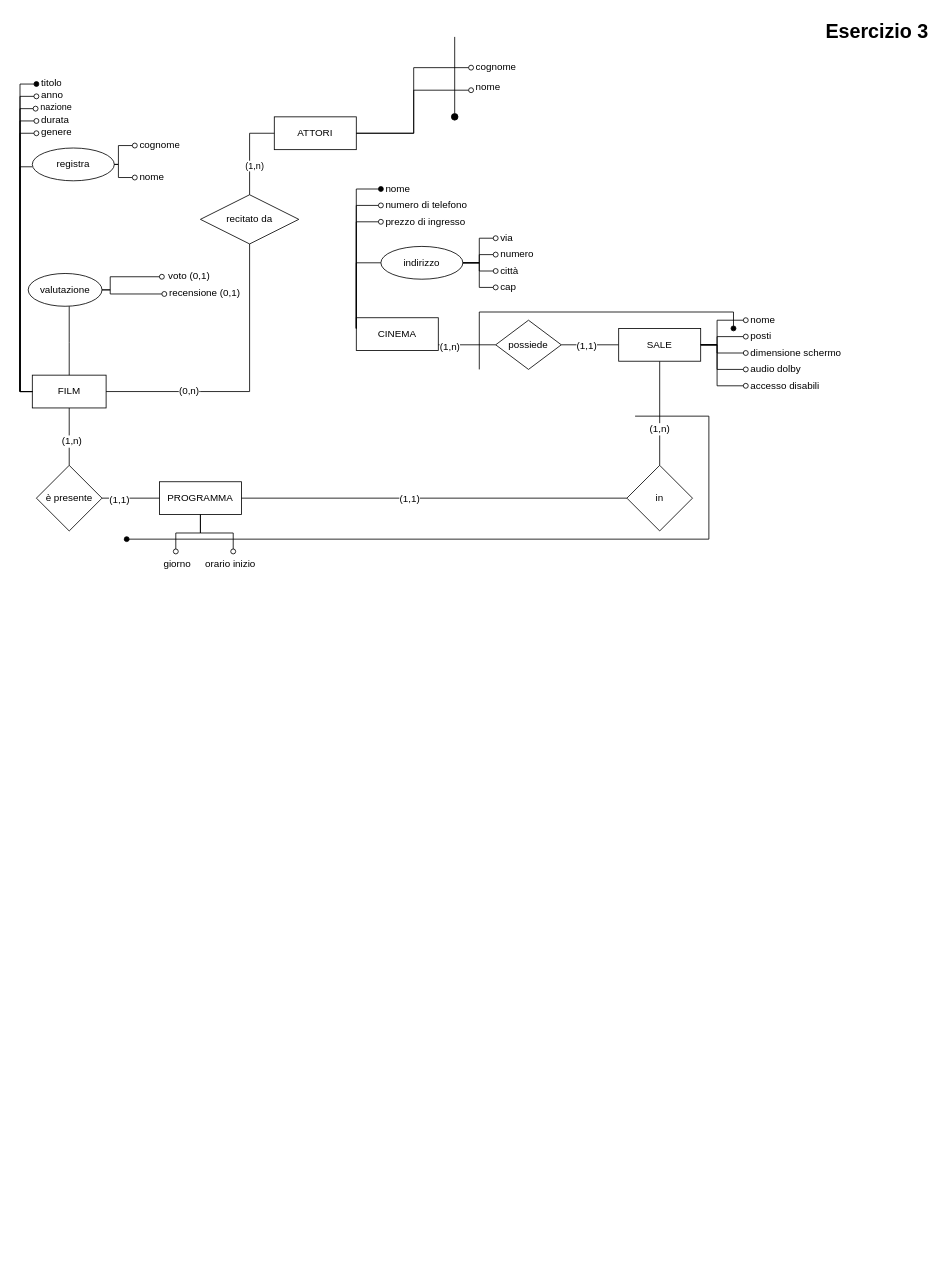
RaphyJake/Basi-di-dati keeps this draw.io diagram as page "Page-3" (3 of 5) of esercizio_cinema/Esercizio-Cinema.drawio. Above is the earlier version. Source tidied: cells renumbered, new cells numbered last; positions are measured from the earlier drawing's top-left corner, leaving out a move shared by most shapes. Both pictures are drawn from the tidied source at 82%, with x=0, y=0 at pixel (20, 14).
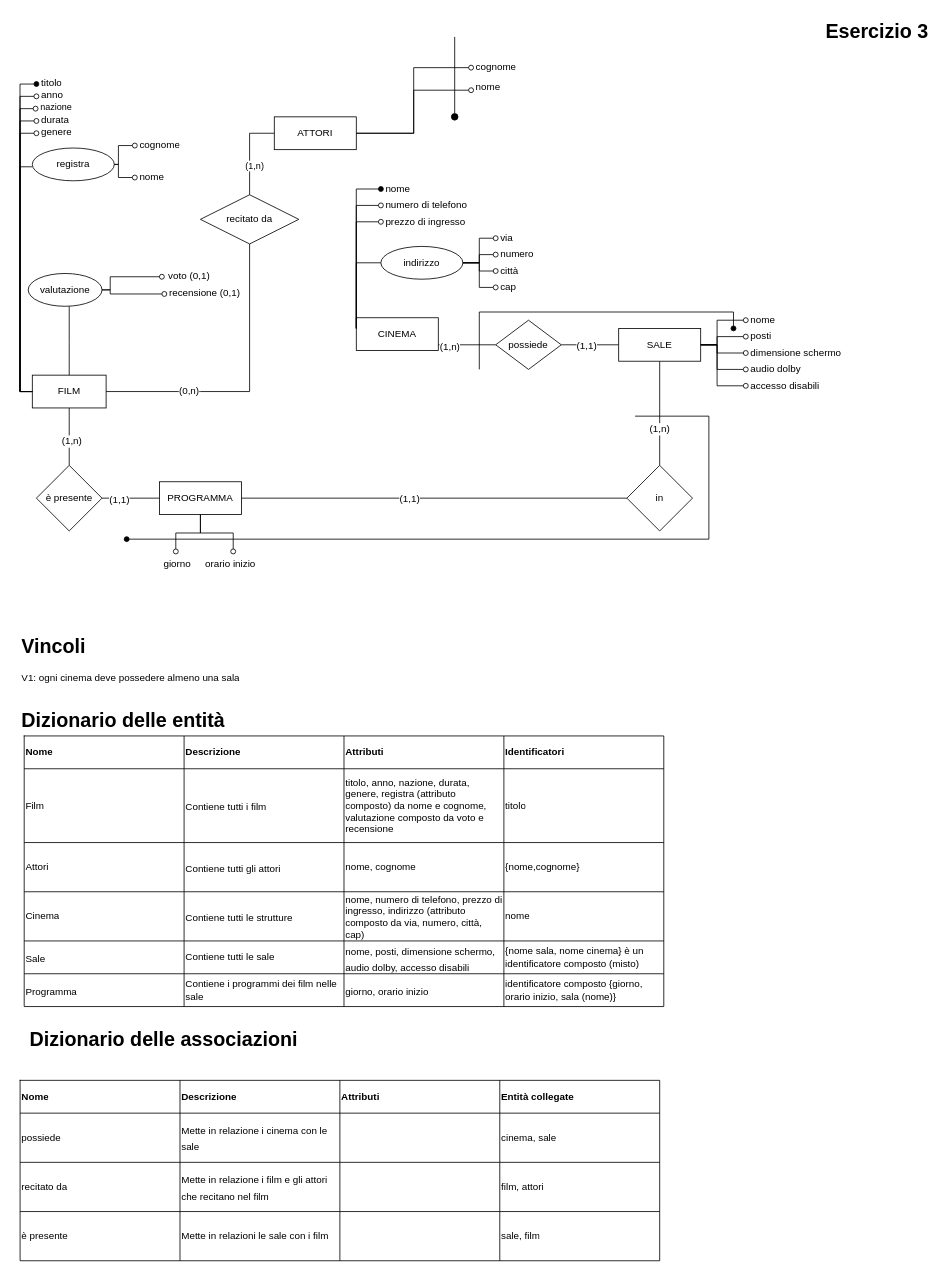
After the change.

What changed in the source:
```diff
@@
+    <mxCell id="88" value="&lt;h1 style=&quot;margin-top: 0px;&quot;&gt;Dizionario delle entità&lt;/h1&gt;" style="text;html=1;whiteSpace=wrap;overflow=hidden;rounded=0;" parent="1" vertex="1">
+      <mxGeometry y="840" width="520" height="40" as="geometry" />
+    </mxCell>
+    <mxCell id="89" style="shape=table;startSize=0;childLayout=tableLayout;fontSize=16;" parent="1" vertex="1">
+      <mxGeometry x="5" y="880" width="780" height="330" as="geometry" />
+    </mxCell>
+    <mxCell id="90" style="shape=tableRow;horizontal=0;startSize=0;swimlaneHead=0;swimlaneBody=0;strokeColor=inherit;top=0;left=0;bottom=0;right=0;fillColor=none;fontSize=16;" parent="89" vertex="1">
+      <mxGeometry width="780" height="40" as="geometry" />
+    </mxCell>
+    <mxCell id="91" value="Nome" style="shape=partialRectangle;html=1;whiteSpace=wrap;strokeColor=inherit;overflow=hidden;fillColor=none;top=0;left=0;bottom=0;right=0;fontSize=12;align=left;fontStyle=1;" parent="90" vertex="1">
+      <mxGeometry width="195" height="40" as="geometry" />
+    </mxCell>
+    <mxCell id="92" value="&lt;b&gt;Descrizione&lt;/b&gt;" style="shape=partialRectangle;html=1;whiteSpace=wrap;strokeColor=inherit;overflow=hidden;fillColor=none;top=0;left=0;bottom=0;right=0;fontSize=12;align=left;" parent="90" vertex="1">
+      <mxGeometry x="195" width="195" height="40" as="geometry" />
+    </mxCell>
+    <mxCell id="93" value="Attributi" style="shape=partialRectangle;html=1;whiteSpace=wrap;strokeColor=inherit;overflow=hidden;fillColor=none;top=0;left=0;bottom=0;right=0;fontSize=12;fontStyle=1;align=left;" parent="90" vertex="1">
+      <mxGeometry x="390" width="195" height="40" as="geometry" />
+    </mxCell>
+    <mxCell id="94" value="Identificatori" style="shape=partialRectangle;html=1;whiteSpace=wrap;strokeColor=inherit;overflow=hidden;fillColor=none;top=0;left=0;bottom=0;right=0;fontSize=12;fontStyle=1;align=left;" parent="90" vertex="1">
+      <mxGeometry x="585" width="195" height="40" as="geometry" />
+    </mxCell>
+    <mxCell id="95" style="shape=tableRow;horizontal=0;startSize=0;swimlaneHead=0;swimlaneBody=0;strokeColor=inherit;top=0;left=0;bottom=0;right=0;fillColor=none;fontSize=16;" parent="89" vertex="1">
+      <mxGeometry y="40" width="780" height="90" as="geometry" />
+    </mxCell>
+    <mxCell id="96" value="Film" style="shape=partialRectangle;html=1;whiteSpace=wrap;strokeColor=inherit;overflow=hidden;fillColor=none;top=0;left=0;bottom=0;right=0;fontSize=12;align=left;" parent="95" vertex="1">
+      <mxGeometry width="195" height="90" as="geometry" />
+    </mxCell>
+    <mxCell id="97" value="&lt;span style=&quot;font-size: 12px;&quot;&gt;Contiene tutti i film&lt;/span&gt;" style="shape=partialRectangle;html=1;whiteSpace=wrap;strokeColor=inherit;overflow=hidden;fillColor=none;top=0;left=0;bottom=0;right=0;fontSize=16;align=left;" parent="95" vertex="1">
+      <mxGeometry x="195" width="195" height="90" as="geometry" />
+    </mxCell>
+    <mxCell id="98" value="titolo, anno, nazione, durata, genere, registra (attributo composto) da nome e cognome, valutazione composto da voto e recensione" style="shape=partialRectangle;html=1;whiteSpace=wrap;strokeColor=inherit;overflow=hidden;fillColor=none;top=0;left=0;bottom=0;right=0;fontSize=12;align=left;" parent="95" vertex="1">
+      <mxGeometry x="390" width="195" height="90" as="geometry" />
+    </mxCell>
+    <mxCell id="99" value="titolo" style="shape=partialRectangle;html=1;whiteSpace=wrap;strokeColor=inherit;overflow=hidden;fillColor=none;top=0;left=0;bottom=0;right=0;fontSize=12;align=left;" parent="95" vertex="1">
+      <mxGeometry x="585" width="195" height="90" as="geometry" />
+    </mxCell>
+    <mxCell id="100" style="shape=tableRow;horizontal=0;startSize=0;swimlaneHead=0;swimlaneBody=0;strokeColor=inherit;top=0;left=0;bottom=0;right=0;fillColor=none;fontSize=16;" parent="89" vertex="1">
+      <mxGeometry y="130" width="780" height="60" as="geometry" />
+    </mxCell>
+    <mxCell id="101" value="Attori" style="shape=partialRectangle;html=1;whiteSpace=wrap;strokeColor=inherit;overflow=hidden;fillColor=none;top=0;left=0;bottom=0;right=0;fontSize=12;align=left;" parent="100" vertex="1">
+      <mxGeometry width="195" height="60" as="geometry" />
+    </mxCell>
+    <mxCell id="102" value="&lt;span style=&quot;font-size: 12px;&quot;&gt;Contiene tutti gli attori&lt;/span&gt;" style="shape=partialRectangle;html=1;whiteSpace=wrap;strokeColor=inherit;overflow=hidden;fillColor=none;top=0;left=0;bottom=0;right=0;fontSize=16;align=left;" parent="100" vertex="1">
+      <mxGeometry x="195" width="195" height="60" as="geometry" />
+    </mxCell>
+    <mxCell id="103" value="nome, cognome" style="shape=partialRectangle;html=1;whiteSpace=wrap;strokeColor=inherit;overflow=hidden;fillColor=none;top=0;left=0;bottom=0;right=0;fontSize=12;align=left;" parent="100" vertex="1">
+      <mxGeometry x="390" width="195" height="60" as="geometry" />
+    </mxCell>
+    <mxCell id="104" value="{nome,cognome}" style="shape=partialRectangle;html=1;whiteSpace=wrap;strokeColor=inherit;overflow=hidden;fillColor=none;top=0;left=0;bottom=0;right=0;fontSize=12;align=left;" parent="100" vertex="1">
+      <mxGeometry x="585" width="195" height="60" as="geometry" />
+    </mxCell>
+    <mxCell id="105" style="shape=tableRow;horizontal=0;startSize=0;swimlaneHead=0;swimlaneBody=0;strokeColor=inherit;top=0;left=0;bottom=0;right=0;fillColor=none;fontSize=16;" parent="89" vertex="1">
+      <mxGeometry y="190" width="780" height="60" as="geometry" />
+    </mxCell>
+    <mxCell id="106" value="Cinema" style="shape=partialRectangle;html=1;whiteSpace=wrap;strokeColor=inherit;overflow=hidden;fillColor=none;top=0;left=0;bottom=0;right=0;fontSize=12;align=left;" parent="105" vertex="1">
+      <mxGeometry width="195" height="60" as="geometry" />
+    </mxCell>
+    <mxCell id="107" value="&lt;font style=&quot;font-size: 12px;&quot;&gt;Contiene tutti le strutture&lt;/font&gt;" style="shape=partialRectangle;html=1;whiteSpace=wrap;strokeColor=inherit;overflow=hidden;fillColor=none;top=0;left=0;bottom=0;right=0;fontSize=16;align=left;" parent="105" vertex="1">
+      <mxGeometry x="195" width="195" height="60" as="geometry" />
+    </mxCell>
+    <mxCell id="108" value="nome, numero di telefono, prezzo di ingresso, indirizzo (attributo composto da via, numero, città, cap)" style="shape=partialRectangle;html=1;whiteSpace=wrap;strokeColor=inherit;overflow=hidden;fillColor=none;top=0;left=0;bottom=0;right=0;fontSize=12;align=left;" parent="105" vertex="1">
+      <mxGeometry x="390" width="195" height="60" as="geometry" />
+    </mxCell>
+    <mxCell id="109" value="nome" style="shape=partialRectangle;html=1;whiteSpace=wrap;strokeColor=inherit;overflow=hidden;fillColor=none;top=0;left=0;bottom=0;right=0;fontSize=12;align=left;" parent="105" vertex="1">
+      <mxGeometry x="585" width="195" height="60" as="geometry" />
+    </mxCell>
+    <mxCell id="110" style="shape=tableRow;horizontal=0;startSize=0;swimlaneHead=0;swimlaneBody=0;strokeColor=inherit;top=0;left=0;bottom=0;right=0;fillColor=none;fontSize=16;" parent="89" vertex="1">
+      <mxGeometry y="250" width="780" height="40" as="geometry" />
+    </mxCell>
+    <mxCell id="111" value="&lt;font style=&quot;font-size: 12px;&quot;&gt;Sale&lt;/font&gt;" style="shape=partialRectangle;html=1;whiteSpace=wrap;strokeColor=inherit;overflow=hidden;fillColor=none;top=0;left=0;bottom=0;right=0;fontSize=16;align=left;" parent="110" vertex="1">
+      <mxGeometry width="195" height="40" as="geometry" />
+    </mxCell>
+    <mxCell id="112" value="Contiene tutti le sale" style="shape=partialRectangle;html=1;whiteSpace=wrap;strokeColor=inherit;overflow=hidden;fillColor=none;top=0;left=0;bottom=0;right=0;fontSize=12;align=left;" parent="110" vertex="1">
+      <mxGeometry x="195" width="195" height="40" as="geometry" />
+    </mxCell>
+    <mxCell id="113" value="&lt;font style=&quot;font-size: 12px;&quot;&gt;nome, posti, dimensione schermo, audio dolby, accesso disabili&lt;/font&gt;" style="shape=partialRectangle;html=1;whiteSpace=wrap;strokeColor=inherit;overflow=hidden;fillColor=none;top=0;left=0;bottom=0;right=0;fontSize=16;align=left;" parent="110" vertex="1">
+      <mxGeometry x="390" width="195" height="40" as="geometry" />
+    </mxCell>
+    <mxCell id="114" value="{nome sala, nome cinema} è un identificatore composto (misto)" style="shape=partialRectangle;html=1;whiteSpace=wrap;strokeColor=inherit;overflow=hidden;fillColor=none;top=0;left=0;bottom=0;right=0;fontSize=12;align=left;" parent="110" vertex="1">
+      <mxGeometry x="585" width="195" height="40" as="geometry" />
+    </mxCell>
+    <mxCell id="115" style="shape=tableRow;horizontal=0;startSize=0;swimlaneHead=0;swimlaneBody=0;strokeColor=inherit;top=0;left=0;bottom=0;right=0;fillColor=none;fontSize=16;" parent="89" vertex="1">
+      <mxGeometry y="290" width="780" height="40" as="geometry" />
+    </mxCell>
+    <mxCell id="116" value="&lt;font style=&quot;font-size: 12px;&quot;&gt;Programma&lt;/font&gt;" style="shape=partialRectangle;html=1;whiteSpace=wrap;strokeColor=inherit;overflow=hidden;fillColor=none;top=0;left=0;bottom=0;right=0;fontSize=16;align=left;" parent="115" vertex="1">
+      <mxGeometry width="195" height="40" as="geometry" />
+    </mxCell>
+    <mxCell id="117" value="Contiene i programmi dei film nelle sale" style="shape=partialRectangle;html=1;whiteSpace=wrap;strokeColor=inherit;overflow=hidden;fillColor=none;top=0;left=0;bottom=0;right=0;fontSize=12;align=left;" parent="115" vertex="1">
+      <mxGeometry x="195" width="195" height="40" as="geometry" />
+    </mxCell>
+    <mxCell id="118" value="&lt;font style=&quot;font-size: 12px;&quot;&gt;giorno, orario inizio&lt;/font&gt;" style="shape=partialRectangle;html=1;whiteSpace=wrap;strokeColor=inherit;overflow=hidden;fillColor=none;top=0;left=0;bottom=0;right=0;fontSize=16;align=left;" parent="115" vertex="1">
+      <mxGeometry x="390" width="195" height="40" as="geometry" />
+    </mxCell>
+    <mxCell id="119" value="identificatore composto {giorno, orario inizio, sala (nome)}" style="shape=partialRectangle;html=1;whiteSpace=wrap;strokeColor=inherit;overflow=hidden;fillColor=none;top=0;left=0;bottom=0;right=0;fontSize=12;align=left;" parent="115" vertex="1">
+      <mxGeometry x="585" width="195" height="40" as="geometry" />
+    </mxCell>
+    <mxCell id="120" value="&lt;h1 style=&quot;margin-top: 0px;&quot;&gt;Dizionario delle associazioni&lt;/h1&gt;" style="text;html=1;whiteSpace=wrap;overflow=hidden;rounded=0;" parent="1" vertex="1">
+      <mxGeometry x="9.9" y="1230" width="520" height="40" as="geometry" />
+    </mxCell>
+    <mxCell id="121" style="shape=table;startSize=0;childLayout=tableLayout;fontSize=16;" parent="1" vertex="1">
+      <mxGeometry y="1300" width="780" height="220" as="geometry" />
+    </mxCell>
+    <mxCell id="122" style="shape=tableRow;horizontal=0;startSize=0;swimlaneHead=0;swimlaneBody=0;strokeColor=inherit;top=0;left=0;bottom=0;right=0;fillColor=none;fontSize=16;" parent="121" vertex="1">
+      <mxGeometry width="780" height="40" as="geometry" />
+    </mxCell>
+    <mxCell id="123" value="Nome" style="shape=partialRectangle;html=1;whiteSpace=wrap;strokeColor=inherit;overflow=hidden;fillColor=none;top=0;left=0;bottom=0;right=0;fontSize=12;align=left;fontStyle=1;" parent="122" vertex="1">
+      <mxGeometry width="195" height="40" as="geometry" />
+    </mxCell>
+    <mxCell id="124" value="&lt;b&gt;Descrizione&lt;/b&gt;" style="shape=partialRectangle;html=1;whiteSpace=wrap;strokeColor=inherit;overflow=hidden;fillColor=none;top=0;left=0;bottom=0;right=0;fontSize=12;align=left;" parent="122" vertex="1">
+      <mxGeometry x="195" width="195" height="40" as="geometry" />
+    </mxCell>
+    <mxCell id="125" value="Attributi" style="shape=partialRectangle;html=1;whiteSpace=wrap;strokeColor=inherit;overflow=hidden;fillColor=none;top=0;left=0;bottom=0;right=0;fontSize=12;fontStyle=1;align=left;" parent="122" vertex="1">
+      <mxGeometry x="390" width="195" height="40" as="geometry" />
+    </mxCell>
+    <mxCell id="126" value="Entità collegate" style="shape=partialRectangle;html=1;whiteSpace=wrap;strokeColor=inherit;overflow=hidden;fillColor=none;top=0;left=0;bottom=0;right=0;fontSize=12;fontStyle=1;align=left;" parent="122" vertex="1">
+      <mxGeometry x="585" width="195" height="40" as="geometry" />
+    </mxCell>
+    <mxCell id="127" style="shape=tableRow;horizontal=0;startSize=0;swimlaneHead=0;swimlaneBody=0;strokeColor=inherit;top=0;left=0;bottom=0;right=0;fillColor=none;fontSize=16;" parent="121" vertex="1">
+      <mxGeometry y="40" width="780" height="60" as="geometry" />
+    </mxCell>
+    <mxCell id="128" value="possiede" style="shape=partialRectangle;html=1;whiteSpace=wrap;strokeColor=inherit;overflow=hidden;fillColor=none;top=0;left=0;bottom=0;right=0;fontSize=12;align=left;" parent="127" vertex="1">
+      <mxGeometry width="195" height="60" as="geometry" />
+    </mxCell>
+    <mxCell id="129" value="&lt;span style=&quot;font-size: 12px;&quot;&gt;Mette in relazione i cinema con le sale&lt;/span&gt;" style="shape=partialRectangle;html=1;whiteSpace=wrap;strokeColor=inherit;overflow=hidden;fillColor=none;top=0;left=0;bottom=0;right=0;fontSize=16;align=left;" parent="127" vertex="1">
+      <mxGeometry x="195" width="195" height="60" as="geometry" />
+    </mxCell>
+    <mxCell id="130" style="shape=partialRectangle;html=1;whiteSpace=wrap;strokeColor=inherit;overflow=hidden;fillColor=none;top=0;left=0;bottom=0;right=0;fontSize=12;align=left;" parent="127" vertex="1">
+      <mxGeometry x="390" width="195" height="60" as="geometry" />
+    </mxCell>
+    <mxCell id="131" value="cinema, sale" style="shape=partialRectangle;html=1;whiteSpace=wrap;strokeColor=inherit;overflow=hidden;fillColor=none;top=0;left=0;bottom=0;right=0;fontSize=12;align=left;" parent="127" vertex="1">
+      <mxGeometry x="585" width="195" height="60" as="geometry" />
+    </mxCell>
+    <mxCell id="132" style="shape=tableRow;horizontal=0;startSize=0;swimlaneHead=0;swimlaneBody=0;strokeColor=inherit;top=0;left=0;bottom=0;right=0;fillColor=none;fontSize=16;" parent="121" vertex="1">
+      <mxGeometry y="100" width="780" height="60" as="geometry" />
+    </mxCell>
+    <mxCell id="133" value="recitato da" style="shape=partialRectangle;html=1;whiteSpace=wrap;strokeColor=inherit;overflow=hidden;fillColor=none;top=0;left=0;bottom=0;right=0;fontSize=12;align=left;" parent="132" vertex="1">
+      <mxGeometry width="195" height="60" as="geometry" />
+    </mxCell>
+    <mxCell id="134" value="&lt;span style=&quot;font-size: 12px;&quot;&gt;Mette in relazione i film e gli attori che recitano nel film&lt;/span&gt;" style="shape=partialRectangle;html=1;whiteSpace=wrap;strokeColor=inherit;overflow=hidden;fillColor=none;top=0;left=0;bottom=0;right=0;fontSize=16;align=left;" parent="132" vertex="1">
+      <mxGeometry x="195" width="195" height="60" as="geometry" />
+    </mxCell>
+    <mxCell id="135" style="shape=partialRectangle;html=1;whiteSpace=wrap;strokeColor=inherit;overflow=hidden;fillColor=none;top=0;left=0;bottom=0;right=0;fontSize=12;align=left;" parent="132" vertex="1">
+      <mxGeometry x="390" width="195" height="60" as="geometry" />
+    </mxCell>
+    <mxCell id="136" value="film, attori" style="shape=partialRectangle;html=1;whiteSpace=wrap;strokeColor=inherit;overflow=hidden;fillColor=none;top=0;left=0;bottom=0;right=0;fontSize=12;align=left;" parent="132" vertex="1">
+      <mxGeometry x="585" width="195" height="60" as="geometry" />
+    </mxCell>
+    <mxCell id="137" style="shape=tableRow;horizontal=0;startSize=0;swimlaneHead=0;swimlaneBody=0;strokeColor=inherit;top=0;left=0;bottom=0;right=0;fillColor=none;fontSize=16;" parent="121" vertex="1">
+      <mxGeometry y="160" width="780" height="60" as="geometry" />
+    </mxCell>
+    <mxCell id="138" value="è presente" style="shape=partialRectangle;html=1;whiteSpace=wrap;strokeColor=inherit;overflow=hidden;fillColor=none;top=0;left=0;bottom=0;right=0;fontSize=12;align=left;" parent="137" vertex="1">
+      <mxGeometry width="195" height="60" as="geometry" />
+    </mxCell>
+    <mxCell id="139" value="Mette in relazioni le sale con i film" style="shape=partialRectangle;html=1;whiteSpace=wrap;strokeColor=inherit;overflow=hidden;fillColor=none;top=0;left=0;bottom=0;right=0;fontSize=12;align=left;" parent="137" vertex="1">
+      <mxGeometry x="195" width="195" height="60" as="geometry" />
+    </mxCell>
+    <mxCell id="140" style="shape=partialRectangle;html=1;whiteSpace=wrap;strokeColor=inherit;overflow=hidden;fillColor=none;top=0;left=0;bottom=0;right=0;fontSize=12;align=left;" parent="137" vertex="1">
+      <mxGeometry x="390" width="195" height="60" as="geometry" />
+    </mxCell>
+    <mxCell id="141" value="sale, film" style="shape=partialRectangle;html=1;whiteSpace=wrap;strokeColor=inherit;overflow=hidden;fillColor=none;top=0;left=0;bottom=0;right=0;fontSize=12;align=left;" parent="137" vertex="1">
+      <mxGeometry x="585" width="195" height="60" as="geometry" />
+    </mxCell>
+    <mxCell id="142" value="&lt;h1 style=&quot;margin-top: 0px;&quot;&gt;&lt;span style=&quot;background-color: transparent; color: light-dark(rgb(0, 0, 0), rgb(255, 255, 255));&quot;&gt;Vincoli&lt;/span&gt;&lt;/h1&gt;&lt;div&gt;&lt;span style=&quot;background-color: transparent; color: light-dark(rgb(0, 0, 0), rgb(255, 255, 255));&quot;&gt;V1: ogni cinema deve possedere almeno una sala&lt;/span&gt;&lt;/div&gt;" style="text;html=1;whiteSpace=wrap;overflow=hidden;rounded=0;" parent="1" vertex="1">
+      <mxGeometry y="750" width="390" height="80" as="geometry" />
+    </mxCell>
```
